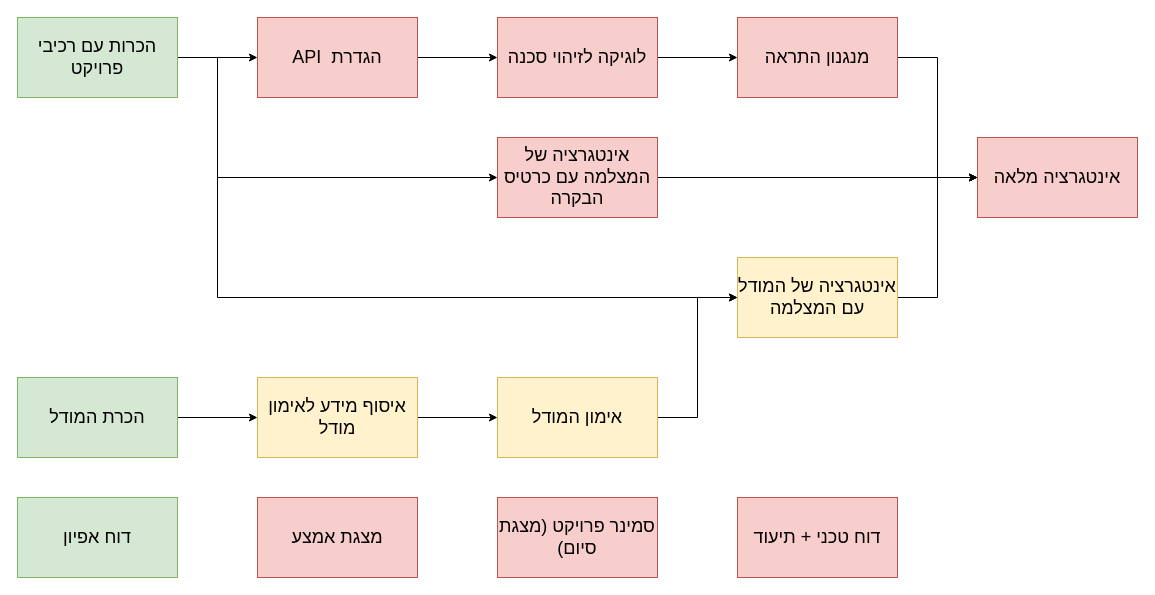
This is docs/project_diagram.drawio from RonBulka/bicycle_mobileye, a draw.io file, before an edit. Source tidied: cells renumbered, new cells numbered last; positions are measured from the earlier drawing's top-left corner, leaving out a move shared by most shapes. Both pictures are drawn from the tidied source at 100%, with x=0, y=0 at pixel (17, 17).
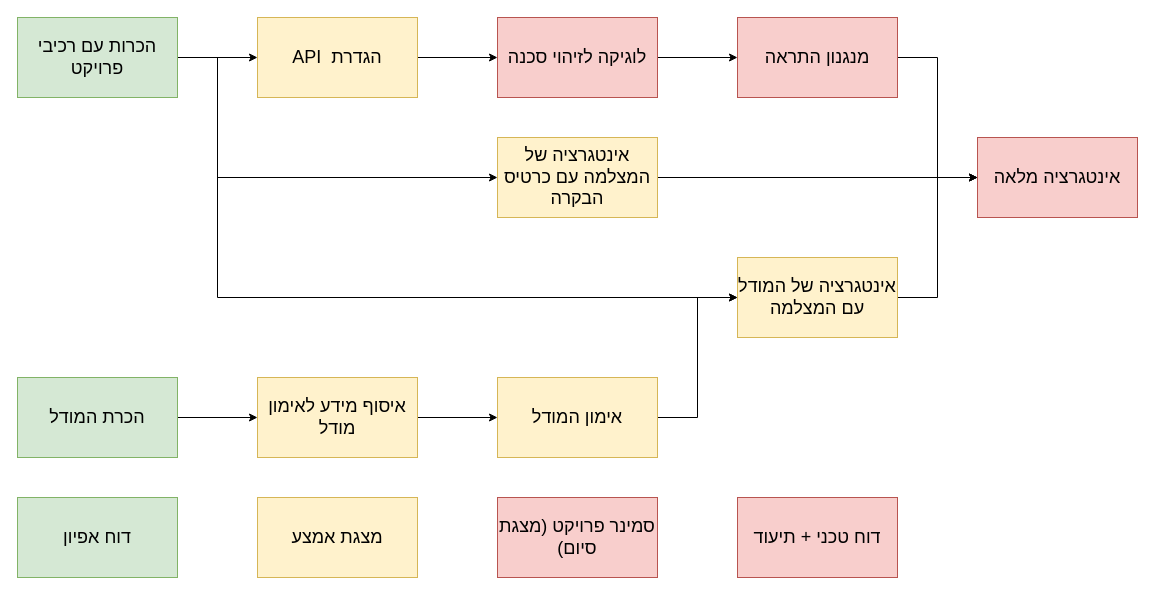
The same diagram, later.

Commit message:
progress update on project diagram

The edit, as a diff of the source:
```diff
@@
-    <mxCell id="7" value="&lt;span style=&quot;&quot; dir=&quot;RTL&quot; lang=&quot;HE&quot;&gt;&lt;font face=&quot;Helvetica&quot; style=&quot;font-size: 18px;&quot;&gt;הגדרת&amp;nbsp; API&lt;/font&gt;&lt;/span&gt;" style="rounded=0;whiteSpace=wrap;html=1;fillColor=#f8cecc;strokeColor=#b85450;" parent="1" vertex="1">
+    <mxCell id="7" value="&lt;span style=&quot;&quot; dir=&quot;RTL&quot; lang=&quot;HE&quot;&gt;&lt;font face=&quot;Helvetica&quot; style=&quot;font-size: 18px;&quot;&gt;הגדרת&amp;nbsp; API&lt;/font&gt;&lt;/span&gt;" style="rounded=0;whiteSpace=wrap;html=1;fillColor=#fff2cc;strokeColor=#d6b656;" parent="1" vertex="1">
       <mxGeometry x="240" width="160" height="80" as="geometry" />
     </mxCell>
@@
-    <mxCell id="18" value="&lt;span style=&quot;font-size: 18px;&quot;&gt;אינטגרציה של המצלמה עם כרטיס הבקרה&lt;/span&gt;" style="rounded=0;whiteSpace=wrap;html=1;fillColor=#f8cecc;strokeColor=#b85450;" parent="1" vertex="1">
+    <mxCell id="18" value="&lt;span style=&quot;font-size: 18px;&quot;&gt;אינטגרציה של המצלמה עם כרטיס הבקרה&lt;/span&gt;" style="rounded=0;whiteSpace=wrap;html=1;fillColor=#fff2cc;strokeColor=#d6b656;" parent="1" vertex="1">
       <mxGeometry x="480" y="120" width="160" height="80" as="geometry" />
     </mxCell>
@@
-    <mxCell id="24" value="&lt;span style=&quot;font-size: 18px;&quot;&gt;מצגת אמצע&lt;/span&gt;" style="rounded=0;whiteSpace=wrap;html=1;fillColor=#f8cecc;strokeColor=#b85450;" parent="1" vertex="1">
+    <mxCell id="24" value="&lt;span style=&quot;font-size: 18px;&quot;&gt;מצגת אמצע&lt;/span&gt;" style="rounded=0;whiteSpace=wrap;html=1;fillColor=#fff2cc;strokeColor=#d6b656;" parent="1" vertex="1">
       <mxGeometry x="240" y="480" width="160" height="80" as="geometry" />
     </mxCell>
```
